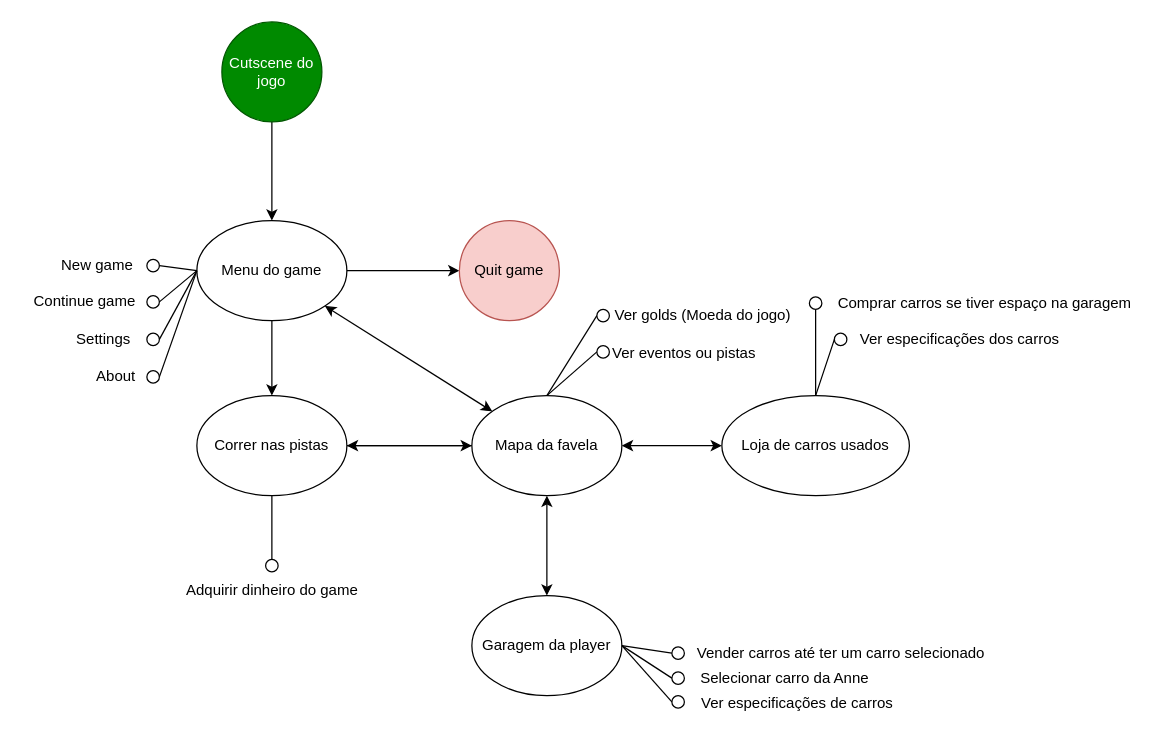
Earlier version of the draw.io diagram docs/Diagrama_game_loop.drawio (Flaera/MFRG). Source tidied: cells renumbered, new cells numbered last; positions are measured from the earlier drawing's top-left corner, leaving out a move shared by most shapes. Both pictures are drawn from the tidied source at 125%, with x=0, y=0 at pixel (21, 21).
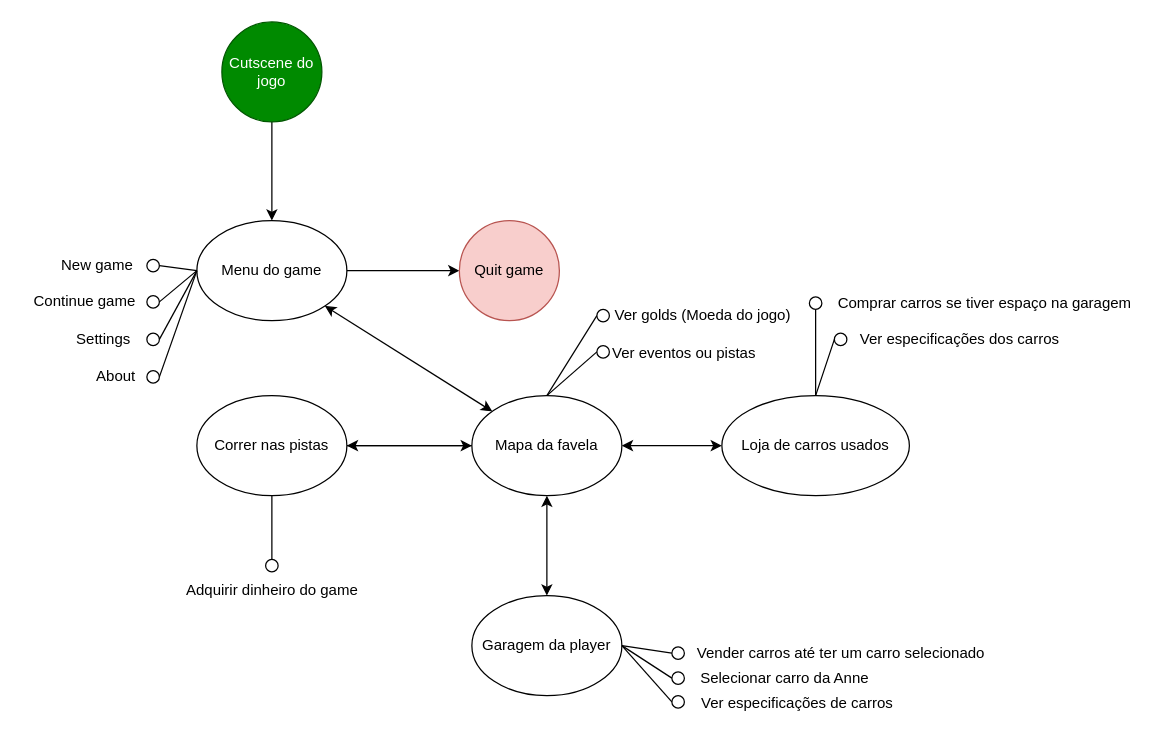
Above is the later version.

The change refers to these unchanged cells:
```xml
<mxCell id="4" value="Correr nas pistas" style="ellipse;whiteSpace=wrap;html=1;" parent="1" vertex="1">
  <mxGeometry x="140" y="299" width="120" height="80" as="geometry" />
</mxCell>
<mxCell id="7" value="Menu do game" style="ellipse;whiteSpace=wrap;html=1;" parent="1" vertex="1">
  <mxGeometry x="140" y="159" width="120" height="80" as="geometry" />
</mxCell>
```

Change to the diagram source:
```diff
@@
-    <mxCell id="5" style="edgeStyle=orthogonalEdgeStyle;rounded=0;jettySize=auto;html=1;" parent="1" edge="1" source="7" target="4">
-      <mxGeometry relative="1" as="geometry" />
-    </mxCell>
```
